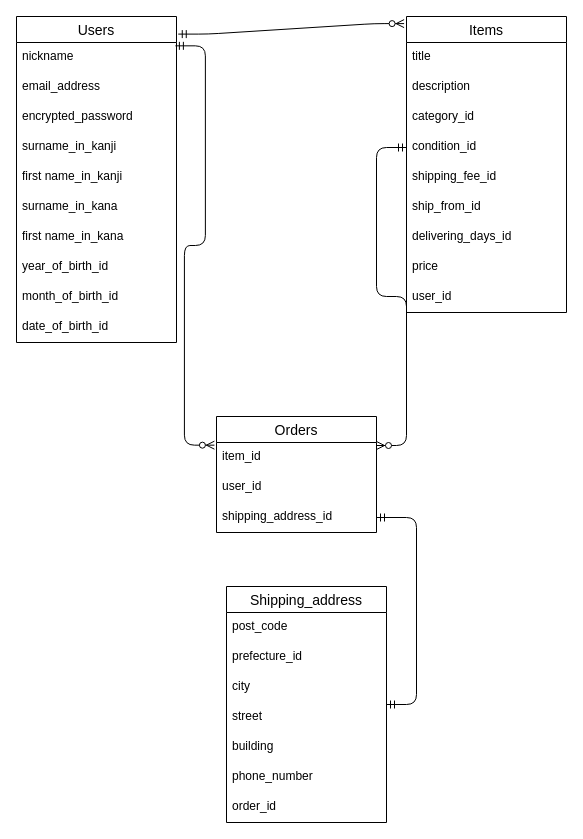
Before: ER_diagram.dio in mxmldesign/furima-41800, a draw.io diagram. Source tidied: cells renumbered, new cells numbered last; positions are measured from the earlier drawing's top-left corner, leaving out a move shared by most shapes. Both pictures are drawn from the tidied source at 100%, with x=0, y=0 at pixel (16, 16).
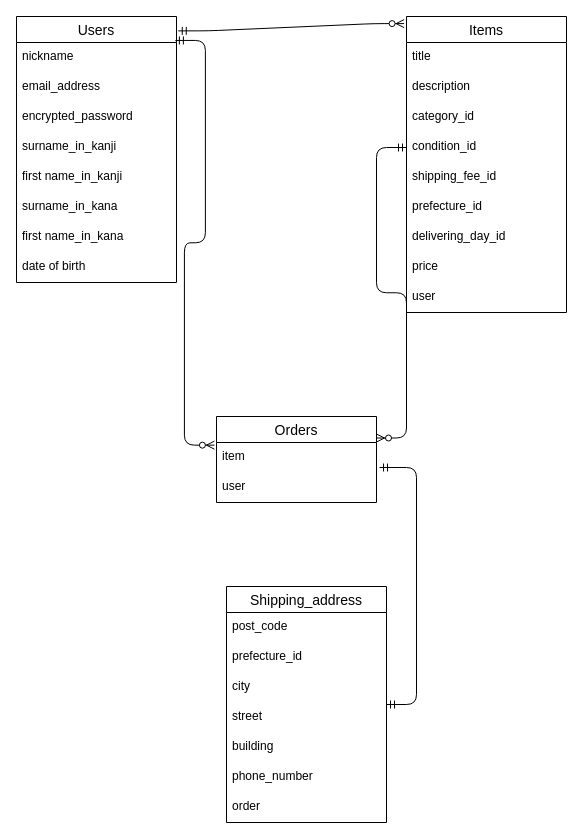
After the change.

The change refers to these unchanged cells:
```xml
<mxCell id="13" value="Items" style="swimlane;fontStyle=0;horizontal=1;startSize=26;align=center;fontSize=14;" parent="1" vertex="1">
  <mxGeometry x="390" width="160" height="296" as="geometry" />
</mxCell>
<mxCell id="23" value="Shipping_address" style="swimlane;fontStyle=0;horizontal=1;startSize=26;align=center;fontSize=14;" parent="1" vertex="1">
  <mxGeometry x="210" y="570" width="160" height="236" as="geometry" />
</mxCell>
```

Diff of the diagram source:
```diff
@@
     <mxCell id="2" value="Users" style="swimlane;fontStyle=0;horizontal=1;startSize=26;align=center;fontSize=14;" parent="1" vertex="1">
-      <mxGeometry width="160" height="326" as="geometry" />
+      <mxGeometry width="160" height="266" as="geometry" />
     </mxCell>
@@
-    <mxCell id="10" value="year_of_birth_id" style="text;strokeColor=none;fillColor=none;spacingLeft=4;spacingRight=4;overflow=hidden;fontSize=12;" parent="2" vertex="1">
-      <mxGeometry y="236" width="160" height="30" as="geometry" />
-    </mxCell>
-    <mxCell id="11" value="month_of_birth_id" style="text;strokeColor=none;fillColor=none;spacingLeft=4;spacingRight=4;overflow=hidden;fontSize=12;" parent="2" vertex="1">
-      <mxGeometry y="266" width="160" height="30" as="geometry" />
+    <mxCell id="11" value="date of birth" style="text;strokeColor=none;fillColor=none;spacingLeft=4;spacingRight=4;overflow=hidden;fontSize=12;" parent="2" vertex="1">
+      <mxGeometry y="236" width="160" height="30" as="geometry" />
     </mxCell>
-    <mxCell id="12" value="date_of_birth_id" style="text;strokeColor=none;fillColor=none;spacingLeft=4;spacingRight=4;overflow=hidden;fontSize=12;" parent="2" vertex="1">
-      <mxGeometry y="296" width="160" height="30" as="geometry" />
-    </mxCell>
@@
-    <mxCell id="19" value="ship_from_id" style="text;strokeColor=none;fillColor=none;spacingLeft=4;spacingRight=4;overflow=hidden;fontSize=12;" parent="13" vertex="1">
+    <mxCell id="19" value="prefecture_id" style="text;strokeColor=none;fillColor=none;spacingLeft=4;spacingRight=4;overflow=hidden;fontSize=12;" parent="13" vertex="1">
       <mxGeometry y="176" width="160" height="30" as="geometry" />
     </mxCell>
-    <mxCell id="20" value="delivering_days_id" style="text;strokeColor=none;fillColor=none;spacingLeft=4;spacingRight=4;overflow=hidden;fontSize=12;" parent="13" vertex="1">
+    <mxCell id="20" value="delivering_day_id" style="text;strokeColor=none;fillColor=none;spacingLeft=4;spacingRight=4;overflow=hidden;fontSize=12;" parent="13" vertex="1">
       <mxGeometry y="206" width="160" height="30" as="geometry" />
     </mxCell>
@@
-    <mxCell id="22" value="user_id" style="text;strokeColor=none;fillColor=none;spacingLeft=4;spacingRight=4;overflow=hidden;fontSize=12;" parent="13" vertex="1">
+    <mxCell id="22" value="user" style="text;strokeColor=none;fillColor=none;spacingLeft=4;spacingRight=4;overflow=hidden;fontSize=12;" parent="13" vertex="1">
       <mxGeometry y="266" width="160" height="30" as="geometry" />
     </mxCell>
@@
-    <mxCell id="30" value="order_id" style="text;strokeColor=none;fillColor=none;spacingLeft=4;spacingRight=4;overflow=hidden;fontSize=12;" parent="23" vertex="1">
+    <mxCell id="30" value="order" style="text;strokeColor=none;fillColor=none;spacingLeft=4;spacingRight=4;overflow=hidden;fontSize=12;" parent="23" vertex="1">
       <mxGeometry y="206" width="160" height="30" as="geometry" />
     </mxCell>
@@
     <mxCell id="32" value="Orders" style="swimlane;fontStyle=0;horizontal=1;startSize=26;align=center;fontSize=14;" parent="1" vertex="1">
-      <mxGeometry x="200" y="400" width="160" height="116" as="geometry" />
+      <mxGeometry x="200" y="400" width="160" height="86" as="geometry" />
     </mxCell>
-    <mxCell id="33" value="item_id" style="text;strokeColor=none;fillColor=none;spacingLeft=4;spacingRight=4;overflow=hidden;points=[[0,0.5],[1,0.5]];portConstraint=eastwest;fontSize=12;" parent="32" vertex="1">
+    <mxCell id="33" value="item" style="text;strokeColor=none;fillColor=none;spacingLeft=4;spacingRight=4;overflow=hidden;points=[[0,0.5],[1,0.5]];portConstraint=eastwest;fontSize=12;" parent="32" vertex="1">
       <mxGeometry y="26" width="160" height="30" as="geometry" />
     </mxCell>
-    <mxCell id="34" value="user_id" style="text;strokeColor=none;fillColor=none;spacingLeft=4;spacingRight=4;overflow=hidden;points=[[0,0.5],[1,0.5]];portConstraint=eastwest;fontSize=12;" parent="32" vertex="1">
+    <mxCell id="34" value="user" style="text;strokeColor=none;fillColor=none;spacingLeft=4;spacingRight=4;overflow=hidden;points=[[0,0.5],[1,0.5]];portConstraint=eastwest;fontSize=12;" parent="32" vertex="1">
       <mxGeometry y="56" width="160" height="30" as="geometry" />
     </mxCell>
-    <mxCell id="35" value="shipping_address_id" style="text;strokeColor=none;fillColor=none;spacingLeft=4;spacingRight=4;overflow=hidden;points=[[0,0.5],[1,0.5]];portConstraint=eastwest;fontSize=12;" parent="32" vertex="1">
-      <mxGeometry y="86" width="160" height="30" as="geometry" />
-    </mxCell>
-    <mxCell id="36" style="edgeStyle=entityRelationEdgeStyle;fontSize=12;html=1;endArrow=ERmandOne;startArrow=ERmandOne;entryX=1;entryY=0.5;entryDx=0;entryDy=0;" parent="1" edge="1" source="23" target="35">
+    <mxCell id="36" style="edgeStyle=entityRelationEdgeStyle;fontSize=12;html=1;endArrow=ERmandOne;startArrow=ERmandOne;entryX=1.019;entryY=-0.167;entryDx=0;entryDy=0;entryPerimeter=0;" parent="1" edge="1" source="23" target="34">
       <mxGeometry relative="1" as="geometry" />
     </mxCell>
```
